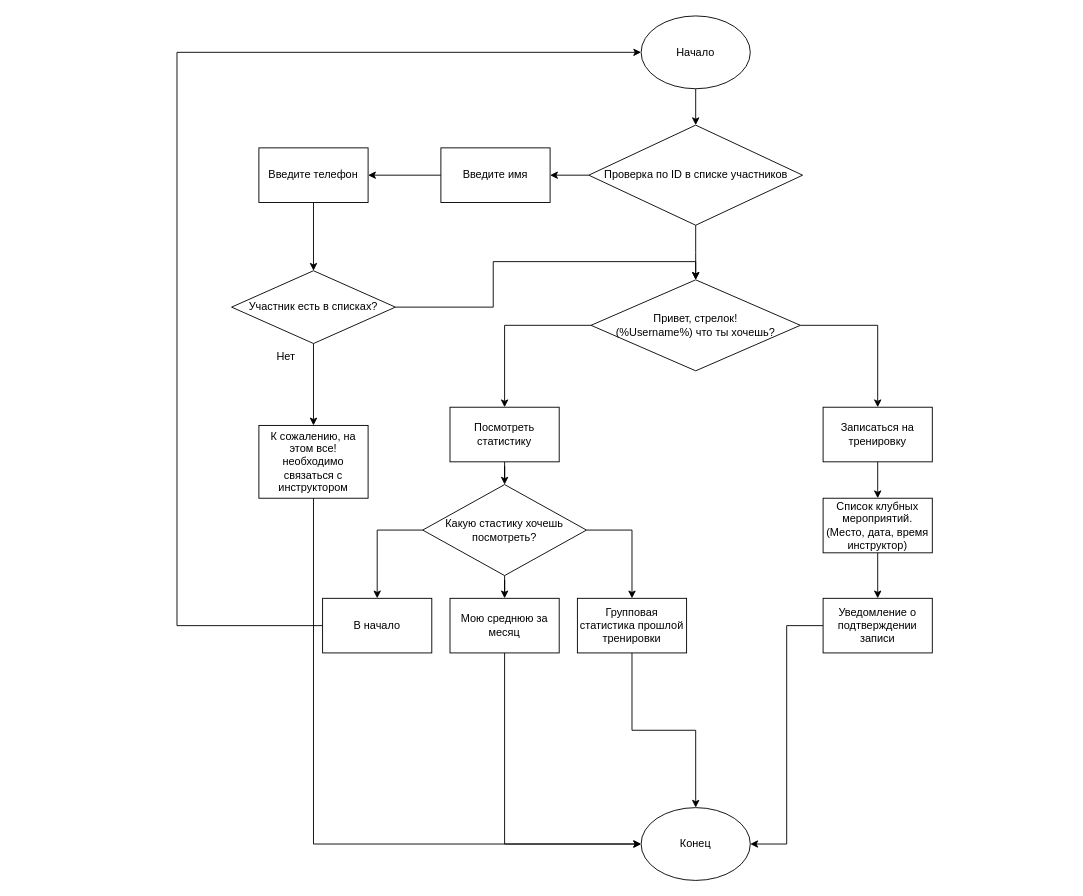
EhIvan/tir keeps this draw.io diagram as Схема диалогов TelegramBot.drawio. Above is the earlier version. Source tidied: cells renumbered, new cells numbered last; positions are measured from the earlier drawing's top-left corner, leaving out a move shared by most shapes. Both pictures are drawn from the tidied source at 91%, with x=0, y=0 at pixel (177, 15).
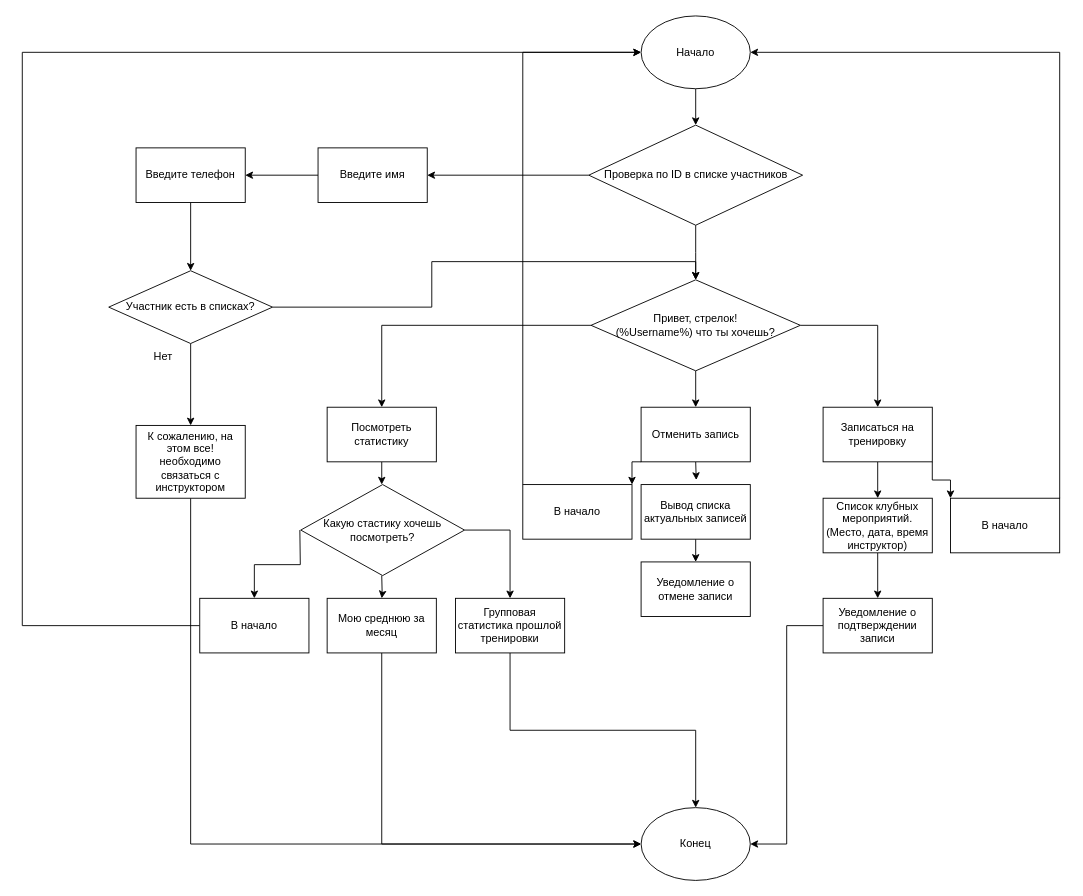
Above is the later version.

The change refers to these unchanged cells:
```xml
<mxCell id="3" value="Начало" style="ellipse;whiteSpace=wrap;html=1;" parent="1" vertex="1">
  <mxGeometry x="510" width="120" height="80" as="geometry" />
</mxCell>
<mxCell id="14" value="Конец" style="ellipse;whiteSpace=wrap;html=1;" parent="1" vertex="1">
  <mxGeometry x="510" y="870" width="120" height="80" as="geometry" />
</mxCell>
<mxCell id="20" value="&lt;span&gt;Привет, стрелок!&lt;/span&gt;&lt;br&gt;&lt;span&gt;(%&lt;/span&gt;&lt;span&gt;Username&lt;/span&gt;&lt;span&gt;%) что ты&amp;nbsp;&lt;/span&gt;хочешь&lt;span&gt;?&lt;/span&gt;" style="rhombus;whiteSpace=wrap;html=1;" parent="1" vertex="1">
  <mxGeometry x="455" y="290" width="230" height="100" as="geometry" />
</mxCell>
<mxCell id="22" value="Записаться на тренировку" style="rounded=0;whiteSpace=wrap;html=1;" parent="1" vertex="1">
  <mxGeometry x="710" y="430" width="120" height="60" as="geometry" />
</mxCell>
```

What changed in the source:
```diff
@@
     <mxCell id="8" value="Введите имя" style="whiteSpace=wrap;html=1;" parent="1" vertex="1">
-      <mxGeometry x="290" y="145" width="120" height="60" as="geometry" />
+      <mxGeometry x="155" y="145" width="120" height="60" as="geometry" />
     </mxCell>
@@
     <mxCell id="10" value="Введите телефон" style="whiteSpace=wrap;html=1;" parent="1" vertex="1">
-      <mxGeometry x="90" y="145" width="120" height="60" as="geometry" />
+      <mxGeometry x="-45" y="145" width="120" height="60" as="geometry" />
     </mxCell>
@@
     <mxCell id="13" value="Участник есть в списках?" style="rhombus;whiteSpace=wrap;html=1;" parent="1" vertex="1">
-      <mxGeometry x="60" y="280" width="180" height="80" as="geometry" />
+      <mxGeometry x="-75" y="280" width="180" height="80" as="geometry" />
     </mxCell>
@@
     <mxCell id="15" style="edgeStyle=orthogonalEdgeStyle;rounded=0;jettySize=auto;html=1;entryX=0;entryY=0.5;entryDx=0;entryDy=0;exitX=0.5;exitY=1;exitDx=0;exitDy=0;" parent="1" edge="1" source="16" target="14">
       <mxGeometry relative="1" as="geometry">
         <Array as="points">
-          <mxPoint x="150" y="910" />
+          <mxPoint x="15" y="910" />
         </Array>
       </mxGeometry>
     </mxCell>
     <mxCell id="16" value="К сожалению, на этом все! необходимо связаться с инструктором" style="whiteSpace=wrap;html=1;" parent="1" vertex="1">
-      <mxGeometry x="90" y="450" width="120" height="80" as="geometry" />
+      <mxGeometry x="-45" y="450" width="120" height="80" as="geometry" />
     </mxCell>
     <mxCell id="17" value="Нет" style="text;html=1;strokeColor=none;fillColor=none;align=center;verticalAlign=middle;whiteSpace=wrap;rounded=0;" parent="1" vertex="1">
-      <mxGeometry x="90" y="360" width="60" height="30" as="geometry" />
+      <mxGeometry x="-45" y="360" width="60" height="30" as="geometry" />
     </mxCell>
@@
+    <mxCell id="39" style="edgeStyle=orthogonalEdgeStyle;rounded=0;jettySize=auto;html=1;entryX=0.5;entryY=0;entryDx=0;entryDy=0;" parent="1" edge="1" source="20" target="43">
+      <mxGeometry relative="1" as="geometry" />
+    </mxCell>
@@
+    <mxCell id="40" style="edgeStyle=orthogonalEdgeStyle;rounded=0;jettySize=auto;html=1;exitX=1;exitY=1;exitDx=0;exitDy=0;entryX=0;entryY=0;entryDx=0;entryDy=0;" parent="1" edge="1" source="22" target="50">
+      <mxGeometry relative="1" as="geometry" />
+    </mxCell>
@@
-    <mxCell id="23" style="edgeStyle=orthogonalEdgeStyle;rounded=0;jettySize=auto;html=1;" parent="1" edge="1" source="24" target="28">
-      <mxGeometry relative="1" as="geometry" />
+    <mxCell id="23" style="edgeStyle=orthogonalEdgeStyle;rounded=0;jettySize=auto;html=1;" parent="1" edge="1" source="24">
+      <mxGeometry relative="1" as="geometry">
+        <mxPoint x="225" y="515" as="targetPoint" />
+      </mxGeometry>
     </mxCell>
     <mxCell id="24" value="Посмотреть статистику" style="rounded=0;whiteSpace=wrap;html=1;" parent="1" vertex="1">
-      <mxGeometry x="300" y="430" width="120" height="60" as="geometry" />
+      <mxGeometry x="165" y="430" width="120" height="60" as="geometry" />
     </mxCell>
-    <mxCell id="25" style="edgeStyle=orthogonalEdgeStyle;rounded=0;jettySize=auto;html=1;entryX=0.5;entryY=0;entryDx=0;entryDy=0;exitX=0;exitY=0.5;exitDx=0;exitDy=0;" parent="1" edge="1" source="28" target="30">
-      <mxGeometry relative="1" as="geometry" />
+    <mxCell id="25" style="edgeStyle=orthogonalEdgeStyle;rounded=0;jettySize=auto;html=1;entryX=0.5;entryY=0;entryDx=0;entryDy=0;exitX=0;exitY=0.5;exitDx=0;exitDy=0;" parent="1" edge="1" target="30">
+      <mxGeometry relative="1" as="geometry">
+        <mxPoint x="135" y="565" as="sourcePoint" />
+      </mxGeometry>
     </mxCell>
-    <mxCell id="26" style="edgeStyle=orthogonalEdgeStyle;rounded=0;jettySize=auto;html=1;" parent="1" edge="1" source="28" target="32">
-      <mxGeometry relative="1" as="geometry" />
+    <mxCell id="26" style="edgeStyle=orthogonalEdgeStyle;rounded=0;jettySize=auto;html=1;" parent="1" edge="1" target="32">
+      <mxGeometry relative="1" as="geometry">
+        <mxPoint x="225" y="615" as="sourcePoint" />
+      </mxGeometry>
     </mxCell>
@@
     <mxCell id="28" value="Какую стастику хочешь посмотреть?" style="rhombus;whiteSpace=wrap;html=1;" parent="1" vertex="1">
-      <mxGeometry x="270" y="515" width="180" height="100" as="geometry" />
+      <mxGeometry x="136" y="515" width="180" height="100" as="geometry" />
     </mxCell>
     <mxCell id="29" style="edgeStyle=orthogonalEdgeStyle;rounded=0;jettySize=auto;html=1;entryX=0;entryY=0.5;entryDx=0;entryDy=0;" parent="1" edge="1" source="30" target="3">
       <mxGeometry relative="1" as="geometry">
         <Array as="points">
-          <mxPoint y="670" />
-          <mxPoint y="40" />
+          <mxPoint x="-170" y="670" />
+          <mxPoint x="-170" y="40" />
         </Array>
       </mxGeometry>
     </mxCell>
     <mxCell id="30" value="В начало" style="rounded=0;whiteSpace=wrap;html=1;" parent="1" vertex="1">
-      <mxGeometry x="160" y="640" width="120" height="60" as="geometry" />
+      <mxGeometry x="25" y="640" width="120" height="60" as="geometry" />
     </mxCell>
@@
     <mxCell id="32" value="Мою среднюю за месяц" style="rounded=0;whiteSpace=wrap;html=1;" parent="1" vertex="1">
-      <mxGeometry x="300" y="640" width="120" height="60" as="geometry" />
+      <mxGeometry x="165" y="640" width="120" height="60" as="geometry" />
     </mxCell>
@@
     <mxCell id="34" value="Групповая статистика прошлой тренировки" style="rounded=0;whiteSpace=wrap;html=1;" parent="1" vertex="1">
-      <mxGeometry x="440" y="640" width="120" height="60" as="geometry" />
+      <mxGeometry x="306" y="640" width="120" height="60" as="geometry" />
     </mxCell>
@@
+    <mxCell id="41" style="edgeStyle=orthogonalEdgeStyle;rounded=0;jettySize=auto;html=1;exitX=0.5;exitY=1;exitDx=0;exitDy=0;" parent="1" edge="1" source="43">
+      <mxGeometry relative="1" as="geometry">
+        <mxPoint x="570.6" y="510" as="targetPoint" />
+      </mxGeometry>
+    </mxCell>
+    <mxCell id="42" style="edgeStyle=orthogonalEdgeStyle;rounded=0;jettySize=auto;html=1;exitX=0;exitY=1;exitDx=0;exitDy=0;entryX=1;entryY=0;entryDx=0;entryDy=0;" parent="1" edge="1" source="43" target="48">
+      <mxGeometry relative="1" as="geometry" />
+    </mxCell>
+    <mxCell id="43" value="Отменить запись" style="rounded=0;whiteSpace=wrap;html=1;" parent="1" vertex="1">
+      <mxGeometry x="510" y="430" width="120" height="60" as="geometry" />
+    </mxCell>
+    <mxCell id="44" style="edgeStyle=orthogonalEdgeStyle;rounded=0;jettySize=auto;html=1;exitX=0.5;exitY=1;exitDx=0;exitDy=0;entryX=0.5;entryY=0;entryDx=0;entryDy=0;" parent="1" edge="1" source="45" target="46">
+      <mxGeometry relative="1" as="geometry" />
+    </mxCell>
+    <mxCell id="45" value="Вывод списка актуальных записей" style="rounded=0;whiteSpace=wrap;html=1;" parent="1" vertex="1">
+      <mxGeometry x="510" y="515" width="120" height="60" as="geometry" />
+    </mxCell>
+    <mxCell id="46" value="Уведомление о отмене записи" style="rounded=0;whiteSpace=wrap;html=1;" parent="1" vertex="1">
+      <mxGeometry x="510" y="600" width="120" height="60" as="geometry" />
+    </mxCell>
+    <mxCell id="47" style="edgeStyle=orthogonalEdgeStyle;rounded=0;jettySize=auto;html=1;exitX=0;exitY=0;exitDx=0;exitDy=0;entryX=0;entryY=0.5;entryDx=0;entryDy=0;" parent="1" edge="1" source="48" target="3">
+      <mxGeometry relative="1" as="geometry" />
+    </mxCell>
+    <mxCell id="48" value="В начало" style="rounded=0;whiteSpace=wrap;html=1;" parent="1" vertex="1">
+      <mxGeometry x="380" y="515" width="120" height="60" as="geometry" />
+    </mxCell>
+    <mxCell id="49" style="edgeStyle=orthogonalEdgeStyle;rounded=0;jettySize=auto;html=1;exitX=1;exitY=0;exitDx=0;exitDy=0;entryX=1;entryY=0.5;entryDx=0;entryDy=0;" parent="1" edge="1" source="50" target="3">
+      <mxGeometry relative="1" as="geometry" />
+    </mxCell>
+    <mxCell id="50" value="В начало" style="rounded=0;whiteSpace=wrap;html=1;" parent="1" vertex="1">
+      <mxGeometry x="850" y="530" width="120" height="60" as="geometry" />
+    </mxCell>
```
